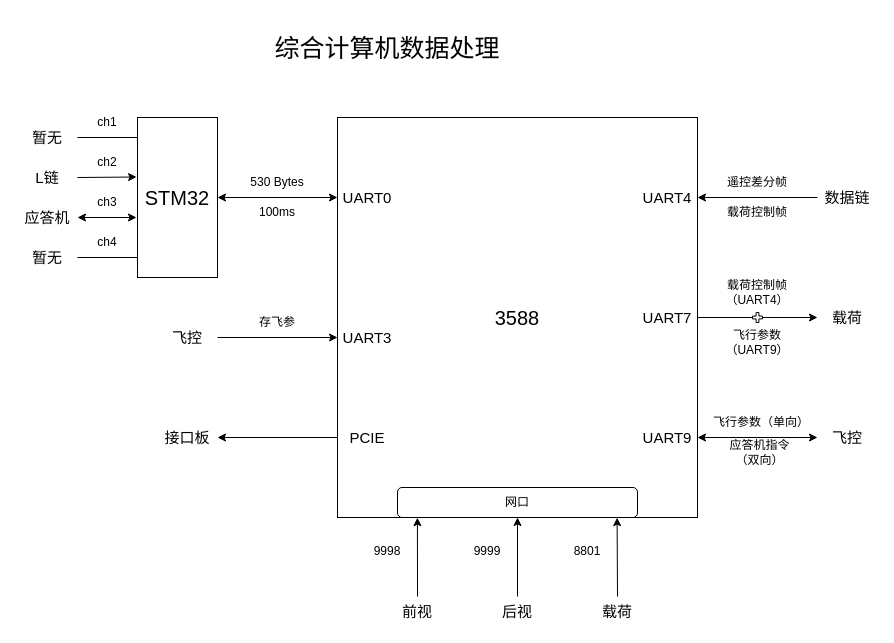
Before: 数据流向.drawio in SCERush/drawio, a draw.io diagram. Source tidied: cells renumbered, new cells numbered last; positions are measured from the earlier drawing's top-left corner, leaving out a move shared by most shapes. Both pictures are drawn from the tidied source at 100%, with x=0, y=0 at pixel (17, 17).
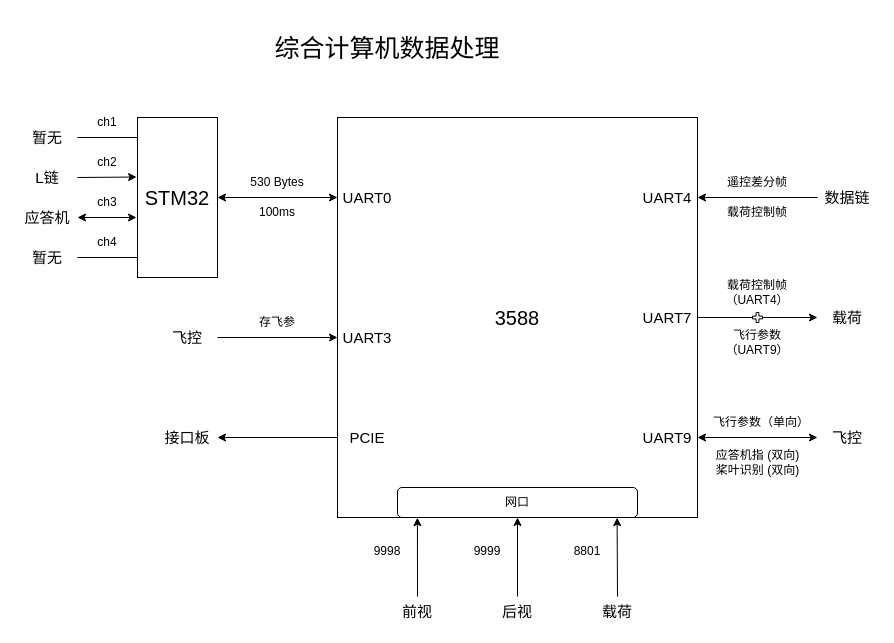
After the change.

Commit message:
更新数据流向.drawio

Diff of the diagram source:
```diff
@@
-    <mxCell id="43" value="应答机指令&lt;div&gt;（双向）&lt;/div&gt;" style="text;html=1;whiteSpace=wrap;strokeColor=none;fillColor=none;align=center;verticalAlign=middle;rounded=0;" parent="1" vertex="1">
-      <mxGeometry x="695" y="420" width="95" height="30" as="geometry" />
+    <mxCell id="43" value="应答机指 (&lt;span style=&quot;background-color: transparent; color: light-dark(rgb(0, 0, 0), rgb(255, 255, 255));&quot;&gt;双向)&lt;/span&gt;&lt;div&gt;&lt;span style=&quot;background-color: transparent; color: light-dark(rgb(0, 0, 0), rgb(255, 255, 255));&quot;&gt;桨叶识别 (双向)&lt;/span&gt;&lt;/div&gt;" style="text;html=1;whiteSpace=wrap;strokeColor=none;fillColor=none;align=center;verticalAlign=middle;rounded=0;" parent="1" vertex="1">
+      <mxGeometry x="687.5" y="430" width="105" height="30" as="geometry" />
     </mxCell>
```
